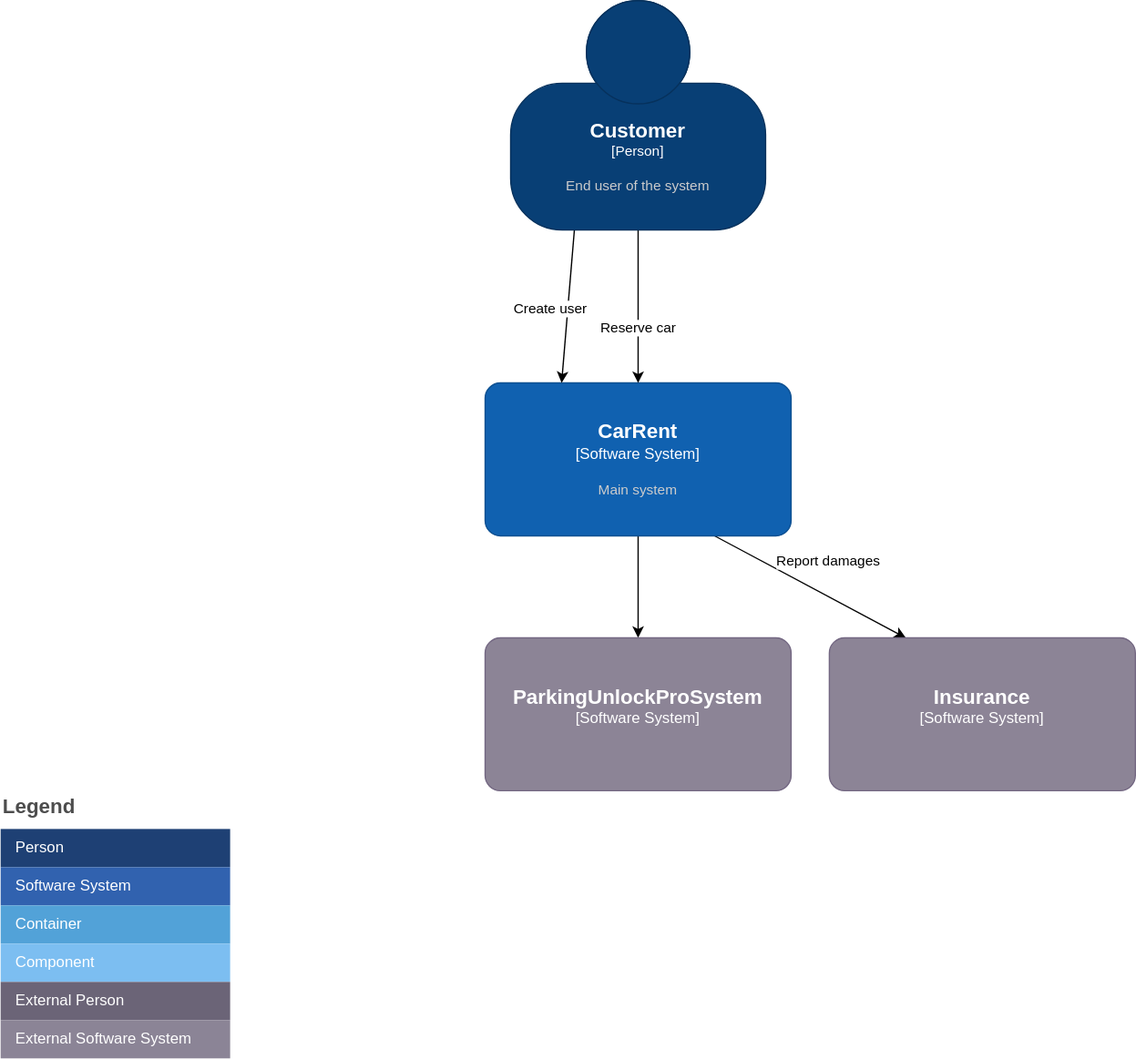
Before: docs/vision/system-context-diagram.drawio.svg, a diagram exported from draw.io (eliasgoette/CarRent). Source tidied: cells renumbered, new cells last; positions are measured from the earlier drawing's top-left corner, leaving out a move shared by most shapes.
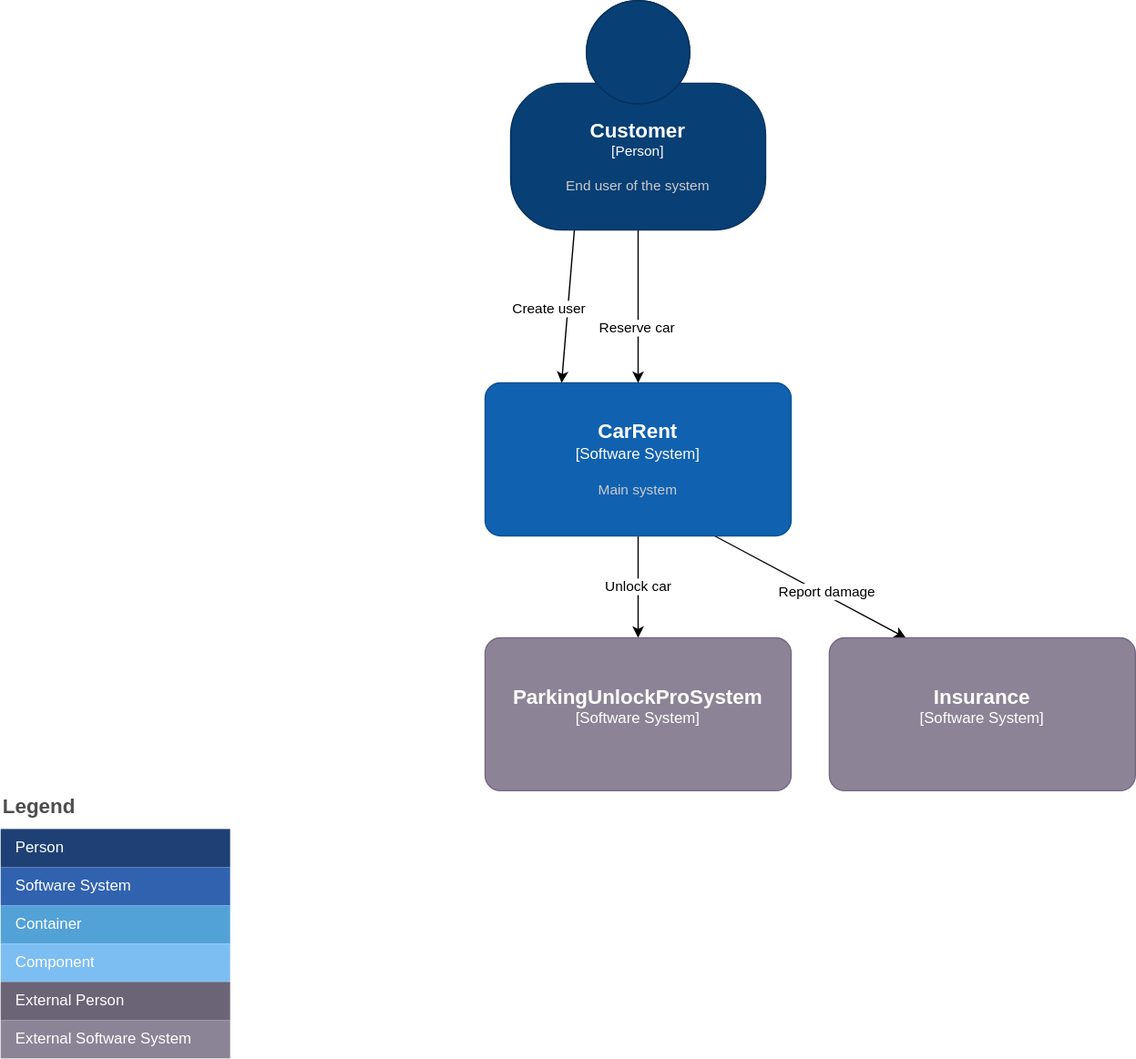
The same file after the commit.

Commit message:
Updated sys context diagram

Diff of the diagram source:
```diff
@@ -5,12 +5,10 @@
     <mxCell id="2" style="edgeStyle=none;html=1;exitX=0.75;exitY=1;exitDx=0;exitDy=0;exitPerimeter=0;entryX=0.25;entryY=0;entryDx=0;entryDy=0;entryPerimeter=0;" parent="1" edge="1" source="5" target="19">
       <mxGeometry relative="1" as="geometry" />
     </mxCell>
-    <mxCell id="3" value="Report damages" style="edgeLabel;html=1;align=center;verticalAlign=middle;" parent="2" vertex="1">
-      <mxGeometry x="0.42" y="-1" relative="1" as="geometry">
-        <mxPoint x="-17" y="-38" as="offset" />
-      </mxGeometry>
-    </mxCell>
+    <mxCell id="21" value="Report damage" style="edgeLabel;html=1;align=center;verticalAlign=middle;" parent="2" vertex="1">
+      <mxGeometry x="0.15" y="3" relative="1" as="geometry" />
+    </mxCell>
-    <mxCell id="4" style="edgeStyle=none;html=1;exitX=0.5;exitY=1;exitDx=0;exitDy=0;exitPerimeter=0;entryX=0.5;entryY=0;entryDx=0;entryDy=0;entryPerimeter=0;" parent="1" edge="1" source="5" target="20">
+    <mxCell id="4" value="Unlock car" style="edgeStyle=none;html=1;" parent="1" edge="1" source="5" target="20">
       <mxGeometry relative="1" as="geometry" />
     </mxCell>
     <object id="5" label="&lt;font style=&quot;font-size: 16px&quot;&gt;&lt;b&gt;%c4Name%&lt;/b&gt;&lt;/font&gt;&lt;div&gt;[%c4Type%]&lt;/div&gt;&lt;br&gt;&lt;div&gt;&lt;font style=&quot;font-size: 11px&quot;&gt;&lt;font color=&quot;#cccccc&quot;&gt;%c4Description%&lt;/font&gt;&lt;/div&gt;" c4Description="Main system" c4Name="CarRent" c4Type="Software System" placeholders="1">
```
